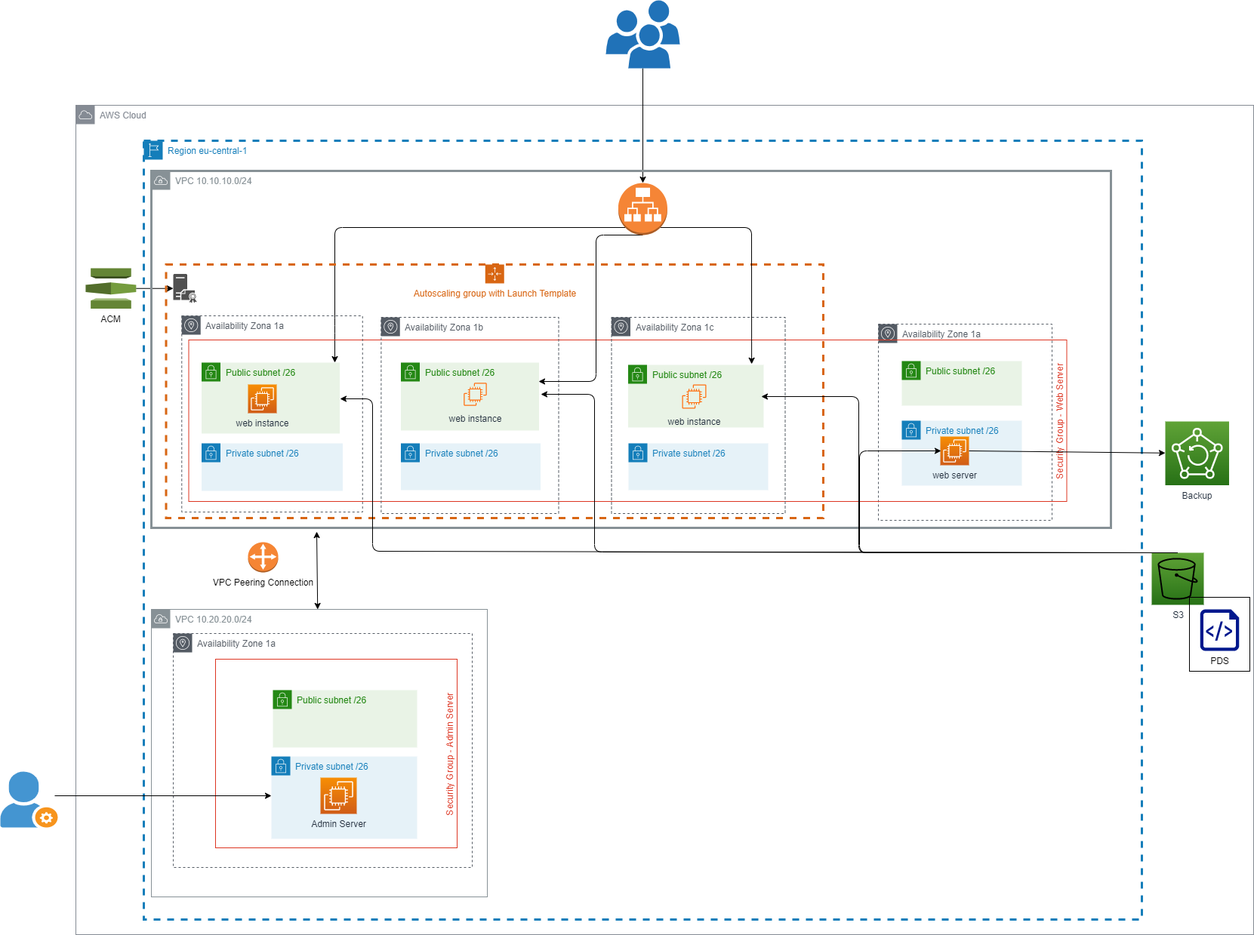
This is 00_includes/project1_1/diagram.png from TechGrounds-Cloud8/cloud8-sasudi90, a draw.io export, as it was before one commit. Source tidied: cells renumbered, new cells last; positions are measured from the earlier drawing's top-left corner, leaving out a move shared by most shapes.
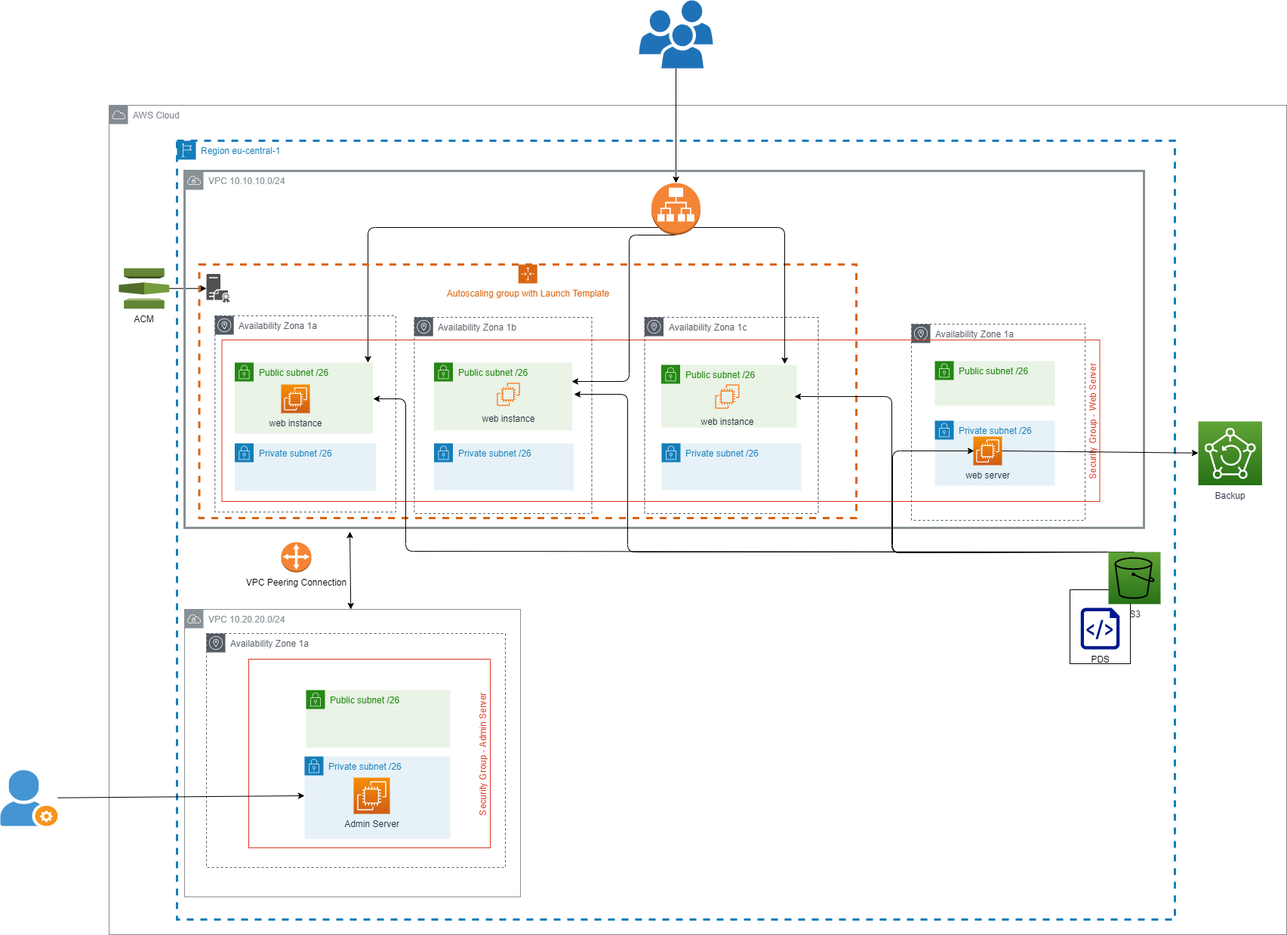
The same file after the commit.

The edit, as a diff of the source:
```diff
@@ -137,9 +137,6 @@
     <mxCell id="40" value="Backup" style="sketch=0;points=[[0,0,0],[0.25,0,0],[0.5,0,0],[0.75,0,0],[1,0,0],[0,1,0],[0.25,1,0],[0.5,1,0],[0.75,1,0],[1,1,0],[0,0.25,0],[0,0.5,0],[0,0.75,0],[1,0.25,0],[1,0.5,0],[1,0.75,0]];outlineConnect=0;fontColor=#232F3E;gradientColor=#60A337;gradientDirection=north;fillColor=#277116;strokeColor=#ffffff;dashed=0;verticalLabelPosition=bottom;verticalAlign=top;align=center;html=1;fontSize=12;fontStyle=0;shape=mxgraph.aws4.resourceIcon;resIcon=mxgraph.aws4.backup;" parent="1" vertex="1">
       <mxGeometry x="1543" y="558" width="84.5" height="84.5" as="geometry" />
     </mxCell>
-    <mxCell id="41" value="S3" style="sketch=0;points=[[0,0,0],[0.25,0,0],[0.5,0,0],[0.75,0,0],[1,0,0],[0,1,0],[0.25,1,0],[0.5,1,0],[0.75,1,0],[1,1,0],[0,0.25,0],[0,0.5,0],[0,0.75,0],[1,0.25,0],[1,0.5,0],[1,0.75,0]];outlineConnect=0;fontColor=#232F3E;gradientColor=#60A337;gradientDirection=north;fillColor=#277116;strokeColor=#000000;verticalLabelPosition=bottom;verticalAlign=top;align=center;html=1;fontSize=12;fontStyle=0;shape=mxgraph.aws4.resourceIcon;resIcon=mxgraph.aws4.s3;" parent="1" vertex="1">
-      <mxGeometry x="1525" y="732" width="69" height="69" as="geometry" />
-    </mxCell>
     <mxCell id="42" style="edgeStyle=none;html=1;exitX=0.5;exitY=0;exitDx=0;exitDy=0;exitPerimeter=0;strokeColor=#000000;" parent="1" edge="1" source="41">
       <mxGeometry relative="1" as="geometry">
         <mxPoint x="1246" y="597" as="targetPoint" />
@@ -177,19 +174,21 @@
       </mxGeometry>
     </mxCell>
     <mxCell id="46" style="rounded=0;whiteSpace=wrap;html=1;fillColor=none;strokeColor=#000000;" parent="1" vertex="1">
-      <mxGeometry x="1575" y="791" width="80" height="98" as="geometry" />
+      <mxGeometry x="1373" y="781" width="80" height="98" as="geometry" />
     </mxCell>
     <mxCell id="47" value="PDS" style="sketch=0;shadow=0;dashed=0;html=1;strokeColor=none;labelPosition=center;verticalLabelPosition=bottom;verticalAlign=top;align=center;fillColor=#00188D;shape=mxgraph.azure.script_file;fontColor=#000000;" parent="1" vertex="1">
-      <mxGeometry x="1589.2" y="807" width="51.7" height="55" as="geometry" />
+      <mxGeometry x="1387.2" y="805" width="51.7" height="55" as="geometry" />
     </mxCell>
-    <mxCell id="48" style="edgeStyle=none;html=1;strokeColor=#000000;" parent="1" edge="1">
+    <mxCell id="48" style="edgeStyle=none;html=1;strokeColor=#000000;" parent="1" edge="1" source="49">
       <mxGeometry relative="1" as="geometry">
-        <mxPoint x="72" y="1054" as="sourcePoint" />
         <mxPoint x="359" y="1054" as="targetPoint" />
       </mxGeometry>
     </mxCell>
+    <mxCell id="41" value="S3" style="sketch=0;points=[[0,0,0],[0.25,0,0],[0.5,0,0],[0.75,0,0],[1,0,0],[0,1,0],[0.25,1,0],[0.5,1,0],[0.75,1,0],[1,1,0],[0,0.25,0],[0,0.5,0],[0,0.75,0],[1,0.25,0],[1,0.5,0],[1,0.75,0]];outlineConnect=0;fontColor=#232F3E;gradientColor=#60A337;gradientDirection=north;fillColor=#277116;strokeColor=#000000;verticalLabelPosition=bottom;verticalAlign=top;align=center;html=1;fontSize=12;fontStyle=0;shape=mxgraph.aws4.resourceIcon;resIcon=mxgraph.aws4.s3;" parent="1" vertex="1">
+      <mxGeometry x="1424" y="731" width="69" height="69" as="geometry" />
+    </mxCell>
     <mxCell id="49" style="shadow=0;dashed=0;html=1;strokeColor=none;fillColor=#4495D1;labelPosition=center;verticalLabelPosition=bottom;verticalAlign=top;align=center;outlineConnect=0;shape=mxgraph.veeam.company_administrator;" parent="1" vertex="1">
-      <mxGeometry y="1022" width="76" height="74" as="geometry" />
+      <mxGeometry x="-44" y="1020" width="76" height="74" as="geometry" />
     </mxCell>
     <mxCell id="50" style="edgeStyle=none;html=1;exitX=1;exitY=0.5;exitDx=0;exitDy=0;exitPerimeter=0;strokeColor=#000000;" parent="1" edge="1" source="10" target="40">
       <mxGeometry relative="1" as="geometry" />
```
